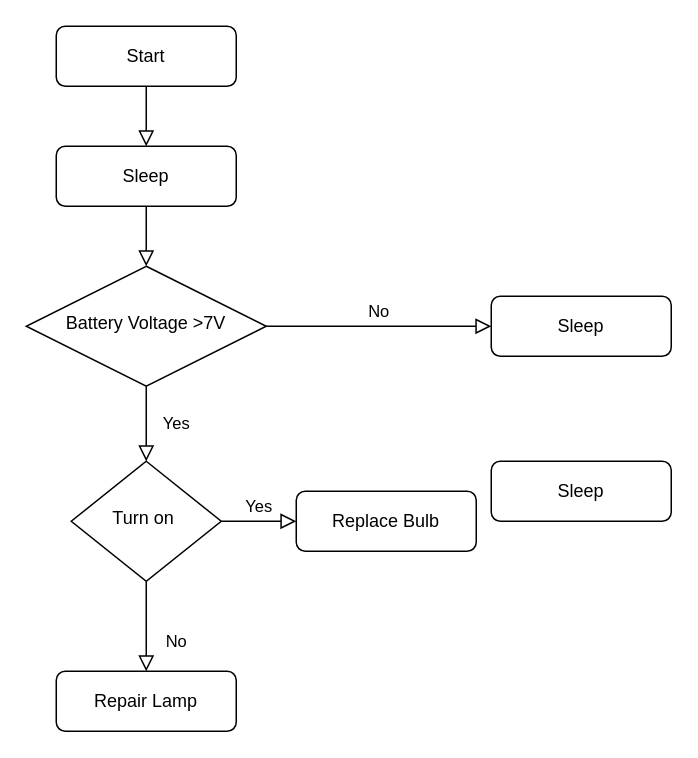
Above: Final.drawio in K2ayzz/ForDrawIO (draw.io), before the change. Source tidied: cells renumbered, new cells numbered last; positions are measured from the earlier drawing's top-left corner, leaving out a move shared by most shapes. Both pictures are drawn from the tidied source at 150%, with x=0, y=0 at pixel (26, 26).
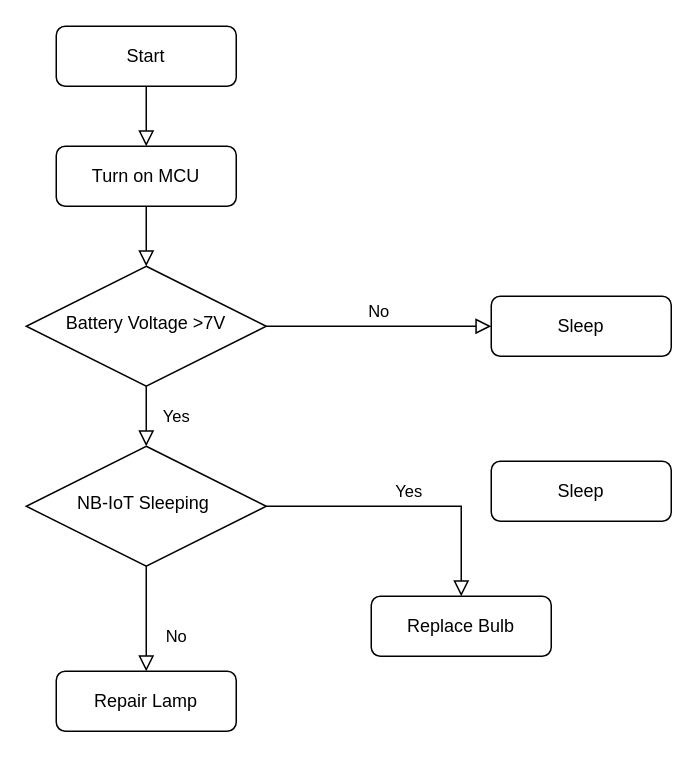
The same page after the edit.

Commit message (it also covers changes not shown here):
Cập nhật Final.drawio

What changed in the source:
```diff
@@
 <mxGraphModel>
   <root>
     <mxCell id="0" />
     <mxCell id="1" parent="0" />
     <mxCell id="2" style="rounded=0;html=1;jettySize=auto;fontSize=11;endArrow=block;endFill=0;endSize=8;strokeWidth=1;shadow=0;labelBackgroundColor=none;edgeStyle=orthogonalEdgeStyle;entryX=0.5;entryY=0;entryDx=0;entryDy=0;" parent="1" edge="1" source="3" target="14">
       <mxGeometry relative="1" as="geometry" />
     </mxCell>
     <mxCell id="3" value="Start" style="rounded=1;whiteSpace=wrap;html=1;fontSize=12;glass=0;strokeWidth=1;shadow=0;" parent="1" vertex="1">
       <mxGeometry x="20" width="120" height="40" as="geometry" />
     </mxCell>
     <mxCell id="4" value="Yes" style="rounded=0;html=1;jettySize=auto;fontSize=11;endArrow=block;endFill=0;endSize=8;strokeWidth=1;shadow=0;labelBackgroundColor=none;edgeStyle=orthogonalEdgeStyle;" parent="1" edge="1" source="6" target="10">
       <mxGeometry y="20" relative="1" as="geometry" />
     </mxCell>
     <mxCell id="5" value="No" style="edgeStyle=orthogonalEdgeStyle;rounded=0;html=1;jettySize=auto;fontSize=11;endArrow=block;endFill=0;endSize=8;strokeWidth=1;shadow=0;labelBackgroundColor=none;" parent="1" edge="1" source="6" target="7">
       <mxGeometry y="10" relative="1" as="geometry" />
     </mxCell>
     <mxCell id="6" value="Battery Voltage &amp;gt;7V" style="rhombus;whiteSpace=wrap;html=1;shadow=0;fontFamily=Helvetica;fontSize=12;align=center;strokeWidth=1;spacing=6;spacingTop=-4;" parent="1" vertex="1">
       <mxGeometry y="160" width="160" height="80" as="geometry" />
     </mxCell>
     <mxCell id="7" value="Sleep" style="rounded=1;whiteSpace=wrap;html=1;fontSize=12;glass=0;strokeWidth=1;shadow=0;" parent="1" vertex="1">
       <mxGeometry x="310" y="180" width="120" height="40" as="geometry" />
     </mxCell>
     <mxCell id="8" value="No" style="rounded=0;html=1;jettySize=auto;fontSize=11;endArrow=block;endFill=0;endSize=8;strokeWidth=1;shadow=0;labelBackgroundColor=none;edgeStyle=orthogonalEdgeStyle;" parent="1" edge="1" source="10" target="11">
       <mxGeometry x="0.33" y="20" relative="1" as="geometry" />
     </mxCell>
     <mxCell id="9" value="Yes" style="edgeStyle=orthogonalEdgeStyle;rounded=0;html=1;jettySize=auto;fontSize=11;endArrow=block;endFill=0;endSize=8;strokeWidth=1;shadow=0;labelBackgroundColor=none;" parent="1" edge="1" source="10" target="12">
       <mxGeometry y="10" relative="1" as="geometry" />
     </mxCell>
-    <mxCell id="10" value="Turn on&amp;nbsp;" style="rhombus;whiteSpace=wrap;html=1;shadow=0;fontFamily=Helvetica;fontSize=12;align=center;strokeWidth=1;spacing=6;spacingTop=-4;" parent="1" vertex="1">
-      <mxGeometry x="30" y="290" width="100" height="80" as="geometry" />
+    <mxCell id="10" value="NB-IoT Sleeping&amp;nbsp;" style="rhombus;whiteSpace=wrap;html=1;shadow=0;fontFamily=Helvetica;fontSize=12;align=center;strokeWidth=1;spacing=6;spacingTop=-4;" parent="1" vertex="1">
+      <mxGeometry y="280" width="160" height="80" as="geometry" />
     </mxCell>
     <mxCell id="11" value="Repair Lamp" style="rounded=1;whiteSpace=wrap;html=1;fontSize=12;glass=0;strokeWidth=1;shadow=0;" parent="1" vertex="1">
       <mxGeometry x="20" y="430" width="120" height="40" as="geometry" />
     </mxCell>
     <mxCell id="12" value="Replace Bulb" style="rounded=1;whiteSpace=wrap;html=1;fontSize=12;glass=0;strokeWidth=1;shadow=0;" parent="1" vertex="1">
-      <mxGeometry x="180" y="310" width="120" height="40" as="geometry" />
+      <mxGeometry x="230" y="380" width="120" height="40" as="geometry" />
     </mxCell>
     <mxCell id="13" value="Sleep" style="rounded=1;whiteSpace=wrap;html=1;fontSize=12;glass=0;strokeWidth=1;shadow=0;" parent="1" vertex="1">
       <mxGeometry x="310" y="290" width="120" height="40" as="geometry" />
     </mxCell>
-    <mxCell id="14" value="Sleep" style="rounded=1;whiteSpace=wrap;html=1;fontSize=12;glass=0;strokeWidth=1;shadow=0;" parent="1" vertex="1">
+    <mxCell id="14" value="Turn on MCU" style="rounded=1;whiteSpace=wrap;html=1;fontSize=12;glass=0;strokeWidth=1;shadow=0;" parent="1" vertex="1">
       <mxGeometry x="20" y="80" width="120" height="40" as="geometry" />
     </mxCell>
     <mxCell id="15" style="rounded=0;html=1;jettySize=auto;fontSize=11;endArrow=block;endFill=0;endSize=8;strokeWidth=1;shadow=0;labelBackgroundColor=none;edgeStyle=orthogonalEdgeStyle;exitX=0.5;exitY=1;exitDx=0;exitDy=0;entryX=0.5;entryY=0;entryDx=0;entryDy=0;" parent="1" edge="1" source="14" target="6">
       <mxGeometry relative="1" as="geometry">
         <Array as="points">
           <mxPoint x="80" y="140" />
           <mxPoint x="80" y="140" />
         </Array>
       </mxGeometry>
     </mxCell>
   </root>
 </mxGraphModel>
```
